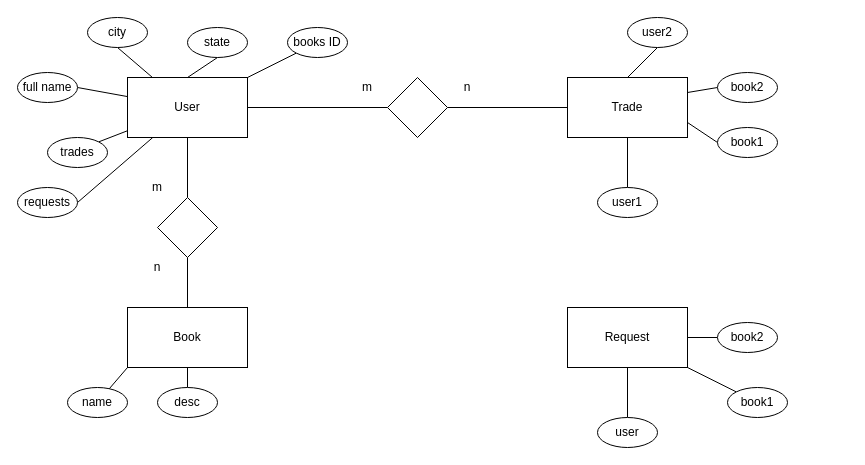
Earlier version of the draw.io diagram diagram.drawio (MishovskaSanja/BookTradingClub). Source tidied: cells renumbered, new cells numbered last; positions are measured from the earlier drawing's top-left corner, leaving out a move shared by most shapes. Both pictures are drawn from the tidied source at 100%, with x=0, y=0 at pixel (17, 17).
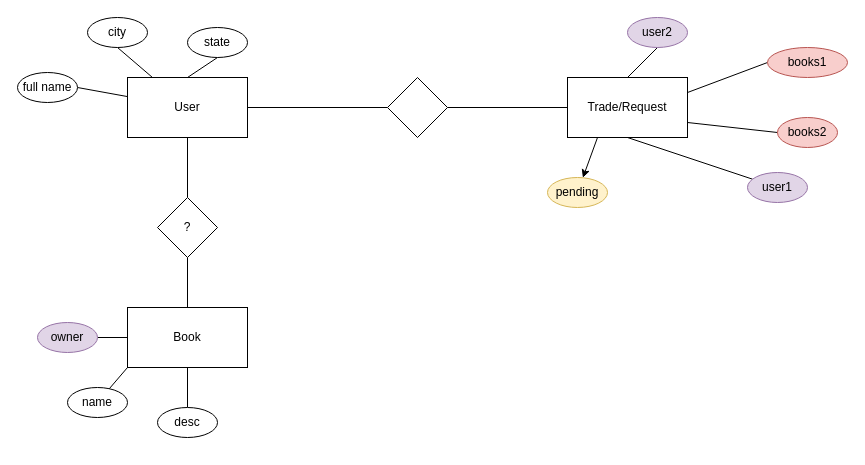
The same diagram, later.

The change refers to these unchanged cells:
```xml
<mxCell id="3" value="User" style="rounded=0;whiteSpace=wrap;html=1;" parent="1" vertex="1">
  <mxGeometry x="110" y="60" width="120" height="60" as="geometry" />
</mxCell>
<mxCell id="6" value="Book" style="rounded=0;whiteSpace=wrap;html=1;" parent="1" vertex="1">
  <mxGeometry x="110" y="290" width="120" height="60" as="geometry" />
</mxCell>
```

Diff of the diagram source:
```diff
@@
+    <mxCell id="46" style="edgeStyle=orthogonalEdgeStyle;rounded=0;jettySize=auto;html=1;endArrow=none;endFill=0;" parent="1" edge="1" source="6" target="48">
+      <mxGeometry relative="1" as="geometry" />
+    </mxCell>
@@
-    <mxCell id="7" style="edgeStyle=none;rounded=0;jettySize=auto;html=1;exitX=1;exitY=0.5;exitDx=0;exitDy=0;entryX=0;entryY=0.5;entryDx=0;entryDy=0;endArrow=none;endFill=0;" parent="1" edge="1" source="10" target="26">
-      <mxGeometry relative="1" as="geometry" />
-    </mxCell>
-    <mxCell id="8" style="edgeStyle=none;rounded=0;jettySize=auto;html=1;exitX=0.5;exitY=1;exitDx=0;exitDy=0;entryX=0.5;entryY=0;entryDx=0;entryDy=0;endArrow=none;endFill=0;" parent="1" edge="1" source="10" target="24">
-      <mxGeometry relative="1" as="geometry" />
-    </mxCell>
-    <mxCell id="9" style="edgeStyle=none;rounded=0;jettySize=auto;html=1;exitX=1;exitY=1;exitDx=0;exitDy=0;endArrow=none;endFill=0;" parent="1" edge="1" source="10" target="25">
-      <mxGeometry relative="1" as="geometry" />
-    </mxCell>
-    <mxCell id="10" value="Request" style="rounded=0;whiteSpace=wrap;html=1;" parent="1" vertex="1">
-      <mxGeometry x="550" y="290" width="120" height="60" as="geometry" />
-    </mxCell>
@@
+    <mxCell id="47" style="edgeStyle=none;rounded=0;jettySize=auto;html=1;exitX=0.25;exitY=1;exitDx=0;exitDy=0;" parent="1" edge="1" source="14" target="49">
+      <mxGeometry relative="1" as="geometry" />
+    </mxCell>
-    <mxCell id="14" value="Trade" style="rounded=0;whiteSpace=wrap;html=1;" parent="1" vertex="1">
+    <mxCell id="14" value="Trade/Request" style="rounded=0;whiteSpace=wrap;html=1;" parent="1" vertex="1">
       <mxGeometry x="550" y="60" width="120" height="60" as="geometry" />
     </mxCell>
@@
-    <mxCell id="18" value="m" style="text;html=1;strokeColor=none;fillColor=none;align=center;verticalAlign=middle;whiteSpace=wrap;rounded=0;" parent="1" vertex="1">
-      <mxGeometry x="330" y="60" width="40" height="20" as="geometry" />
-    </mxCell>
-    <mxCell id="19" value="n" style="text;html=1;strokeColor=none;fillColor=none;align=center;verticalAlign=middle;whiteSpace=wrap;rounded=0;" parent="1" vertex="1">
-      <mxGeometry x="430" y="60" width="40" height="20" as="geometry" />
-    </mxCell>
@@
-    <mxCell id="21" style="rhombus;whiteSpace=wrap;html=1;" parent="1" vertex="1">
+    <mxCell id="21" value="?" style="rhombus;whiteSpace=wrap;html=1;" parent="1" vertex="1">
       <mxGeometry x="140" y="180" width="60" height="60" as="geometry" />
     </mxCell>
-    <mxCell id="22" value="m" style="text;html=1;strokeColor=none;fillColor=none;align=center;verticalAlign=middle;whiteSpace=wrap;rounded=0;" parent="1" vertex="1">
-      <mxGeometry x="120" y="160" width="40" height="20" as="geometry" />
-    </mxCell>
-    <mxCell id="23" value="n" style="text;html=1;strokeColor=none;fillColor=none;align=center;verticalAlign=middle;whiteSpace=wrap;rounded=0;" parent="1" vertex="1">
-      <mxGeometry x="120" y="240" width="40" height="20" as="geometry" />
-    </mxCell>
-    <mxCell id="24" value="user" style="ellipse;whiteSpace=wrap;html=1;" parent="1" vertex="1">
-      <mxGeometry x="580" y="400" width="60" height="30" as="geometry" />
-    </mxCell>
-    <mxCell id="25" value="book1" style="ellipse;whiteSpace=wrap;html=1;" parent="1" vertex="1">
-      <mxGeometry x="710" y="370" width="60" height="30" as="geometry" />
-    </mxCell>
-    <mxCell id="26" value="book2" style="ellipse;whiteSpace=wrap;html=1;" parent="1" vertex="1">
-      <mxGeometry x="700" y="305" width="60" height="30" as="geometry" />
-    </mxCell>
@@
-    <mxCell id="33" style="edgeStyle=none;rounded=0;jettySize=auto;html=1;exitX=0;exitY=1;exitDx=0;exitDy=0;endArrow=none;endFill=0;" parent="1" edge="1" source="34" target="3">
-      <mxGeometry relative="1" as="geometry" />
-    </mxCell>
-    <mxCell id="34" value="books ID" style="ellipse;whiteSpace=wrap;html=1;" parent="1" vertex="1">
-      <mxGeometry x="270" y="10" width="60" height="30" as="geometry" />
-    </mxCell>
@@
     <mxCell id="36" value="desc" style="ellipse;whiteSpace=wrap;html=1;" parent="1" vertex="1">
-      <mxGeometry x="140" y="370" width="60" height="30" as="geometry" />
+      <mxGeometry x="140" y="390" width="60" height="30" as="geometry" />
     </mxCell>
@@
-    <mxCell id="38" value="user2" style="ellipse;whiteSpace=wrap;html=1;" parent="1" vertex="1">
+    <mxCell id="38" value="user2" style="ellipse;whiteSpace=wrap;html=1;fillColor=#e1d5e7;strokeColor=#9673a6;" parent="1" vertex="1">
       <mxGeometry x="610" width="60" height="30" as="geometry" />
     </mxCell>
-    <mxCell id="39" value="book2" style="ellipse;whiteSpace=wrap;html=1;" parent="1" vertex="1">
-      <mxGeometry x="700" y="55" width="60" height="30" as="geometry" />
+    <mxCell id="39" value="books1" style="ellipse;whiteSpace=wrap;html=1;fillColor=#f8cecc;strokeColor=#b85450;" parent="1" vertex="1">
+      <mxGeometry x="750" y="30" width="80" height="30" as="geometry" />
     </mxCell>
-    <mxCell id="40" value="book1" style="ellipse;whiteSpace=wrap;html=1;" parent="1" vertex="1">
-      <mxGeometry x="700" y="110" width="60" height="30" as="geometry" />
+    <mxCell id="40" value="books2" style="ellipse;whiteSpace=wrap;html=1;fillColor=#f8cecc;strokeColor=#b85450;" parent="1" vertex="1">
+      <mxGeometry x="760" y="100" width="60" height="30" as="geometry" />
     </mxCell>
-    <mxCell id="41" value="user1" style="ellipse;whiteSpace=wrap;html=1;" parent="1" vertex="1">
-      <mxGeometry x="580" y="170" width="60" height="30" as="geometry" />
+    <mxCell id="41" value="user1" style="ellipse;whiteSpace=wrap;html=1;fillColor=#e1d5e7;strokeColor=#9673a6;" parent="1" vertex="1">
+      <mxGeometry x="730" y="155" width="60" height="30" as="geometry" />
     </mxCell>
-    <mxCell id="42" style="edgeStyle=none;rounded=0;jettySize=auto;html=1;exitX=1;exitY=0;exitDx=0;exitDy=0;endArrow=none;endFill=0;" parent="1" edge="1" source="43" target="3">
-      <mxGeometry relative="1" as="geometry" />
-    </mxCell>
-    <mxCell id="43" value="trades" style="ellipse;whiteSpace=wrap;html=1;" parent="1" vertex="1">
-      <mxGeometry x="30" y="120" width="60" height="30" as="geometry" />
-    </mxCell>
-    <mxCell id="44" style="edgeStyle=none;rounded=0;jettySize=auto;html=1;exitX=1;exitY=0.5;exitDx=0;exitDy=0;endArrow=none;endFill=0;" parent="1" edge="1" source="45" target="3">
-      <mxGeometry relative="1" as="geometry" />
-    </mxCell>
-    <mxCell id="45" value="requests" style="ellipse;whiteSpace=wrap;html=1;" parent="1" vertex="1">
-      <mxGeometry y="170" width="60" height="30" as="geometry" />
-    </mxCell>
+    <mxCell id="48" value="owner" style="ellipse;whiteSpace=wrap;html=1;fillColor=#e1d5e7;strokeColor=#9673a6;" parent="1" vertex="1">
+      <mxGeometry x="20" y="305" width="60" height="30" as="geometry" />
+    </mxCell>
+    <mxCell id="49" value="pending" style="ellipse;whiteSpace=wrap;html=1;fillColor=#fff2cc;strokeColor=#d6b656;" parent="1" vertex="1">
+      <mxGeometry x="530" y="160" width="60" height="30" as="geometry" />
+    </mxCell>
```
